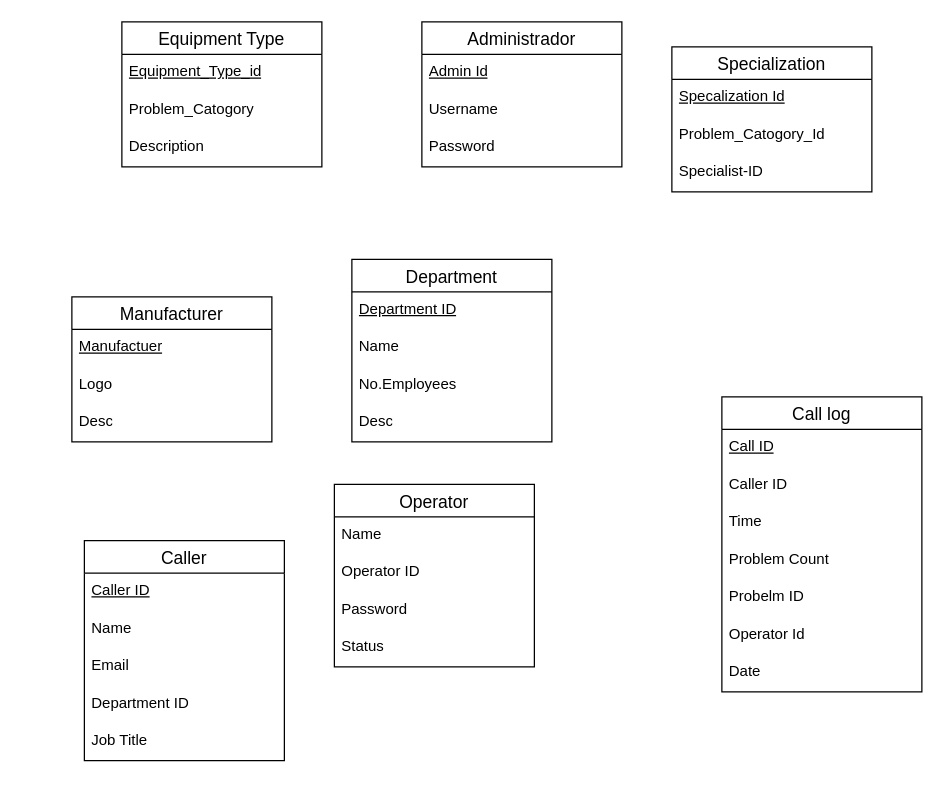
The draw.io diagram diagramaEr.drawio in JoaoCorreia2008/Diagrama-escolar-, before the edit. Source tidied: cells renumbered, new cells numbered last; positions are measured from the earlier drawing's top-left corner, leaving out a move shared by most shapes. Both pictures are drawn from the tidied source at 125%, with x=0, y=0 at pixel (71, 21).
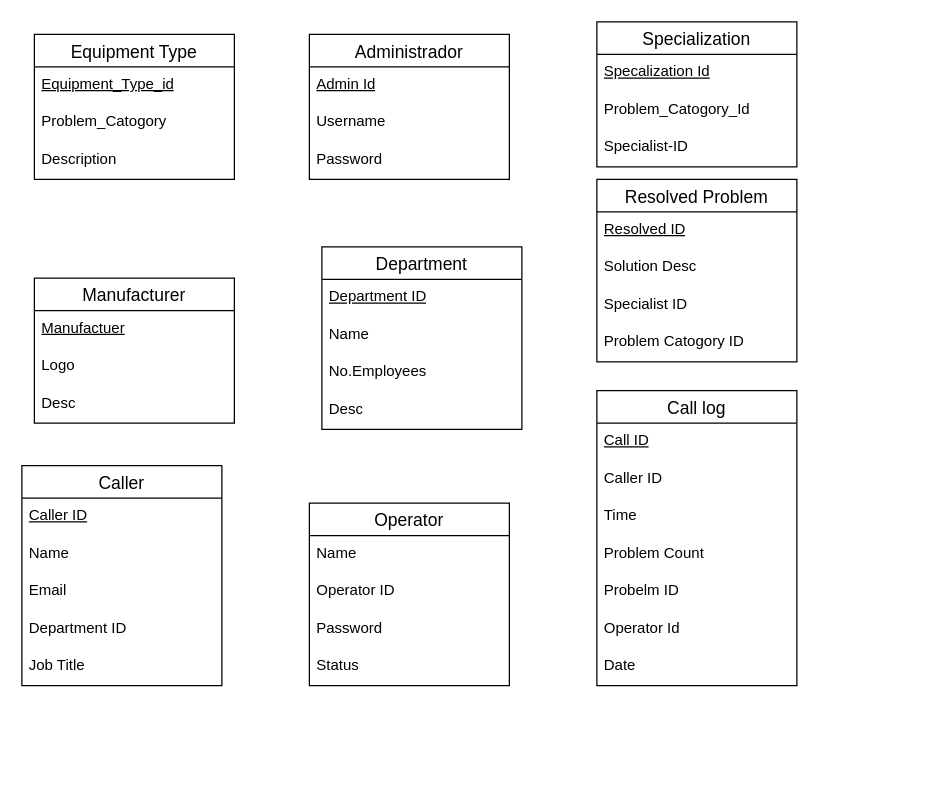
The same page after the edit.

Change to the diagram source:
```diff
@@
     <mxCell id="2" value="Equipment Type" style="swimlane;fontStyle=0;horizontal=1;startSize=26;align=center;fontSize=14;" parent="1" vertex="1">
-      <mxGeometry x="40" width="160" height="116" as="geometry" />
+      <mxGeometry x="-30" y="10" width="160" height="116" as="geometry" />
     </mxCell>
@@
     <mxCell id="6" value="Administrador" style="swimlane;fontStyle=0;horizontal=1;startSize=26;align=center;fontSize=14;" parent="1" vertex="1">
-      <mxGeometry x="280" width="160" height="116" as="geometry" />
+      <mxGeometry x="190" y="10" width="160" height="116" as="geometry" />
     </mxCell>
@@
     <mxCell id="10" value="Manufacturer" style="swimlane;fontStyle=0;horizontal=1;startSize=26;align=center;fontSize=14;" parent="1" vertex="1">
-      <mxGeometry y="220" width="160" height="116" as="geometry" />
+      <mxGeometry x="-30" y="205" width="160" height="116" as="geometry" />
     </mxCell>
@@
     <mxCell id="14" value="Department" style="swimlane;fontStyle=0;horizontal=1;startSize=26;align=center;fontSize=14;" parent="1" vertex="1">
-      <mxGeometry x="224" y="190" width="160" height="146" as="geometry" />
+      <mxGeometry x="200" y="180" width="160" height="146" as="geometry" />
     </mxCell>
@@
     <mxCell id="19" value="Caller" style="swimlane;fontStyle=0;horizontal=1;startSize=26;align=center;fontSize=14;" parent="1" vertex="1">
-      <mxGeometry x="10" y="415" width="160" height="176" as="geometry" />
+      <mxGeometry x="-40" y="355" width="160" height="176" as="geometry" />
     </mxCell>
@@
     <mxCell id="25" value="Operator" style="swimlane;fontStyle=0;horizontal=1;startSize=26;align=center;fontSize=14;" parent="1" vertex="1">
-      <mxGeometry x="210" y="370" width="160" height="146" as="geometry" />
+      <mxGeometry x="190" y="385" width="160" height="146" as="geometry" />
     </mxCell>
@@
     <mxCell id="30" value="Call log" style="swimlane;fontStyle=0;horizontal=1;startSize=26;align=center;fontSize=14;" parent="1" vertex="1">
-      <mxGeometry x="520" y="300" width="160" height="236" as="geometry" />
+      <mxGeometry x="420" y="295" width="160" height="236" as="geometry" />
     </mxCell>
@@
     <mxCell id="38" value="Specialization" style="swimlane;fontStyle=0;horizontal=1;startSize=26;align=center;fontSize=14;" parent="1" vertex="1">
-      <mxGeometry x="480" y="20" width="160" height="116" as="geometry" />
+      <mxGeometry x="420" width="160" height="116" as="geometry" />
     </mxCell>
@@
+    <mxCell id="42" value="Resolved Problem" style="swimlane;fontStyle=0;horizontal=1;startSize=26;align=center;fontSize=14;" parent="1" vertex="1">
+      <mxGeometry x="420" y="126" width="160" height="146" as="geometry" />
+    </mxCell>
+    <mxCell id="43" value="&lt;span style=&quot;text-wrap-mode: nowrap;&quot;&gt;&lt;u&gt;Resolved ID&lt;/u&gt;&lt;/span&gt;" style="text;strokeColor=none;fillColor=none;spacingLeft=4;spacingRight=4;overflow=hidden;fontSize=12;whiteSpace=wrap;html=1;" parent="42" vertex="1">
+      <mxGeometry y="26" width="160" height="30" as="geometry" />
+    </mxCell>
+    <mxCell id="44" value="Solution Desc" style="text;strokeColor=none;fillColor=none;spacingLeft=4;spacingRight=4;overflow=hidden;fontSize=12;whiteSpace=wrap;html=1;" parent="42" vertex="1">
+      <mxGeometry y="56" width="160" height="30" as="geometry" />
+    </mxCell>
+    <mxCell id="45" value="Specialist ID" style="text;strokeColor=none;fillColor=none;spacingLeft=4;spacingRight=4;overflow=hidden;fontSize=12;whiteSpace=wrap;html=1;" parent="42" vertex="1">
+      <mxGeometry y="86" width="160" height="30" as="geometry" />
+    </mxCell>
+    <mxCell id="46" value="Problem Catogory ID" style="text;strokeColor=none;fillColor=none;spacingLeft=4;spacingRight=4;overflow=hidden;fontSize=12;whiteSpace=wrap;html=1;" parent="42" vertex="1">
+      <mxGeometry y="116" width="160" height="30" as="geometry" />
+    </mxCell>
```
